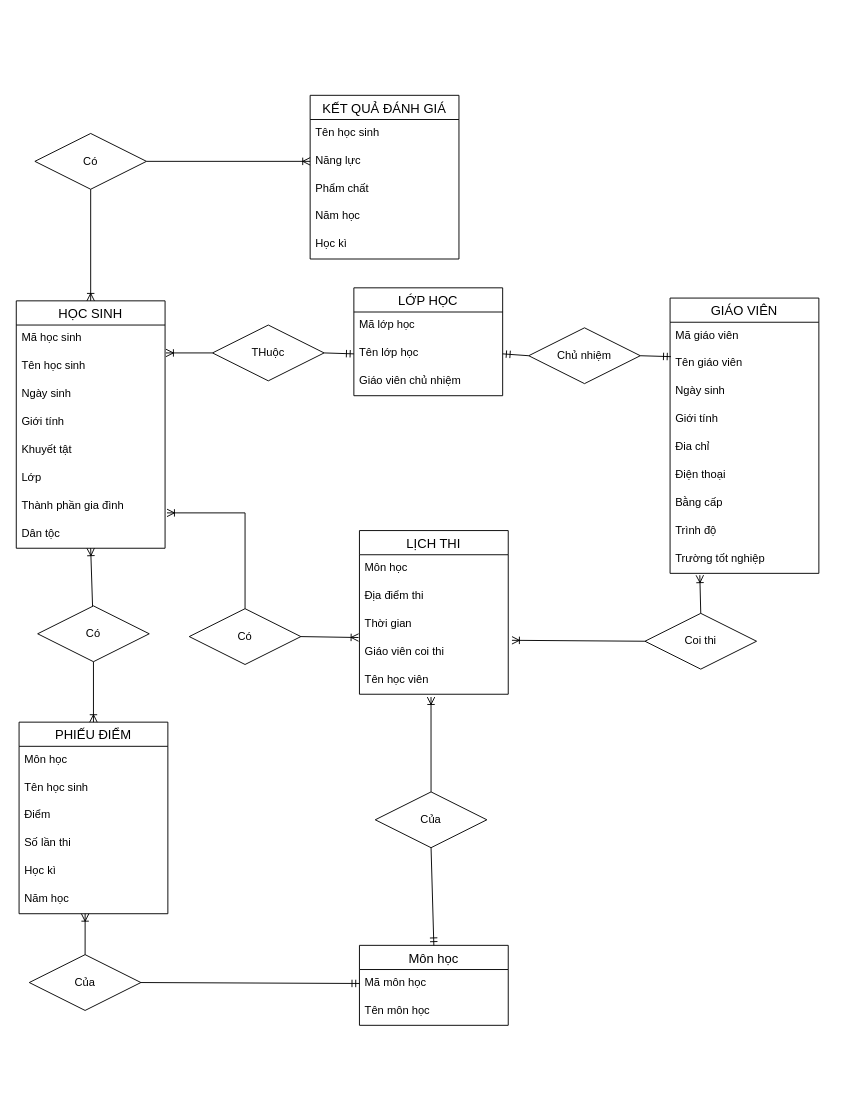
Before: 3.1.2.drawio in TLGKien/graph, a draw.io diagram. Source tidied: cells renumbered, new cells numbered last; positions are measured from the earlier drawing's top-left corner, leaving out a move shared by most shapes. Both pictures are drawn from the tidied source at 93%, with x=0, y=0 at pixel (16, 95).
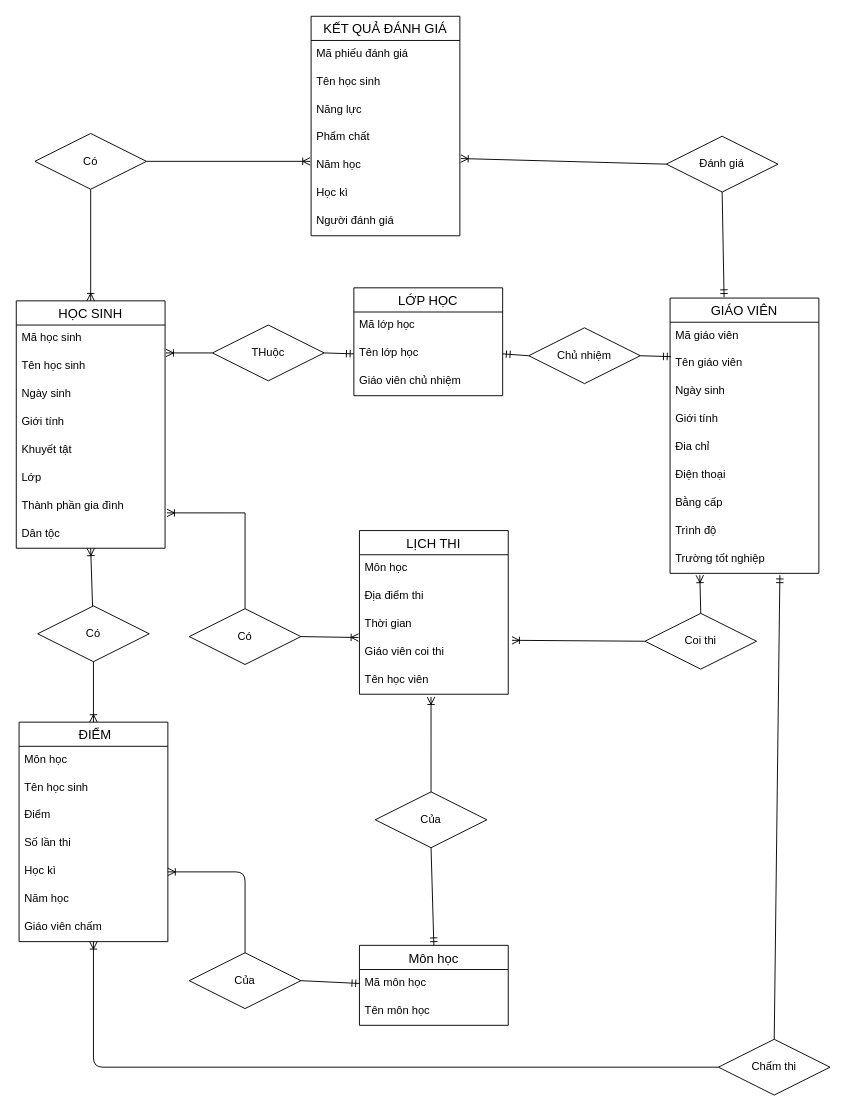
After the change.

The change refers to these unchanged cells:
```xml
<mxCell id="11" value="GIÁO VIÊN" style="swimlane;fontStyle=0;horizontal=1;startSize=26;align=center;fontSize=14;" parent="1" vertex="1">
  <mxGeometry x="703" y="218" width="160" height="296" as="geometry" />
</mxCell>
<mxCell id="20" value="Trường tốt nghiệp" style="text;strokeColor=none;fillColor=none;spacingLeft=4;spacingRight=4;overflow=hidden;points=[[0,0.5],[1,0.5]];portConstraint=eastwest;fontSize=12;" parent="11" vertex="1">
  <mxGeometry y="266" width="160" height="30" as="geometry" />
</mxCell>
<mxCell id="39" value="Học kì" style="text;strokeColor=none;fillColor=none;spacingLeft=4;spacingRight=4;overflow=hidden;points=[[0,0.5],[1,0.5]];portConstraint=eastwest;fontSize=12;" parent="34" vertex="1">
  <mxGeometry y="146" width="160" height="30" as="geometry" />
</mxCell>
<mxCell id="40" value="Năm học" style="text;strokeColor=none;fillColor=none;spacingLeft=4;spacingRight=4;overflow=hidden;points=[[0,0.5],[1,0.5]];portConstraint=eastwest;fontSize=12;" parent="34" vertex="1">
  <mxGeometry y="176" width="160" height="30" as="geometry" />
</mxCell>
<mxCell id="41" value="Có" style="shape=rhombus;perimeter=rhombusPerimeter;whiteSpace=wrap;html=1;align=center;" parent="1" vertex="1">
  <mxGeometry x="20" y="41" width="120" height="60" as="geometry" />
</mxCell>
```

Change to the diagram source:
```diff
@@
-    <mxCell id="28" value="KẾT QUẢ ĐÁNH GIÁ" style="swimlane;fontStyle=0;horizontal=1;startSize=26;align=center;fontSize=14;" parent="1" vertex="1">
-      <mxGeometry x="316" width="160" height="176" as="geometry" />
-    </mxCell>
-    <mxCell id="29" value="Tên học sinh" style="text;strokeColor=none;fillColor=none;spacingLeft=4;spacingRight=4;overflow=hidden;fontSize=12;" parent="28" vertex="1">
-      <mxGeometry y="26" width="160" height="30" as="geometry" />
-    </mxCell>
-    <mxCell id="30" value="Năng lực" style="text;strokeColor=none;fillColor=none;spacingLeft=4;spacingRight=4;overflow=hidden;points=[[0,0.5],[1,0.5]];portConstraint=eastwest;fontSize=12;" parent="28" vertex="1">
-      <mxGeometry y="56" width="160" height="30" as="geometry" />
-    </mxCell>
-    <mxCell id="31" value="Phẩm chất" style="text;strokeColor=none;fillColor=none;spacingLeft=4;spacingRight=4;overflow=hidden;fontSize=12;" parent="28" vertex="1">
-      <mxGeometry y="86" width="160" height="30" as="geometry" />
-    </mxCell>
-    <mxCell id="32" value="Năm học" style="text;strokeColor=none;fillColor=none;spacingLeft=4;spacingRight=4;overflow=hidden;points=[[0,0.5],[1,0.5]];portConstraint=eastwest;fontSize=12;" parent="28" vertex="1">
-      <mxGeometry y="116" width="160" height="30" as="geometry" />
-    </mxCell>
-    <mxCell id="33" value="Học kì" style="text;strokeColor=none;fillColor=none;spacingLeft=4;spacingRight=4;overflow=hidden;fontSize=12;" parent="28" vertex="1">
-      <mxGeometry y="146" width="160" height="30" as="geometry" />
-    </mxCell>
-    <mxCell id="34" value="PHIẾU ĐIỂM" style="swimlane;fontStyle=0;horizontal=1;startSize=26;align=center;fontSize=14;" parent="1" vertex="1">
-      <mxGeometry x="3" y="674" width="160" height="206" as="geometry" />
+    <mxCell id="34" value=" ĐIỂM" style="swimlane;fontStyle=0;horizontal=1;startSize=26;align=center;fontSize=14;" parent="1" vertex="1">
+      <mxGeometry x="3" y="674" width="160" height="236" as="geometry" />
     </mxCell>
@@
+    <mxCell id="71" value="Giáo viên chấm" style="text;strokeColor=none;fillColor=none;spacingLeft=4;spacingRight=4;overflow=hidden;fontSize=12;" parent="34" vertex="1">
+      <mxGeometry y="206" width="160" height="30" as="geometry" />
+    </mxCell>
@@
-    <mxCell id="42" style="fontSize=12;html=1;endArrow=ERoneToMany;entryX=0;entryY=0.5;entryDx=0;entryDy=0;exitX=1;exitY=0.5;exitDx=0;exitDy=0;" parent="1" edge="1" source="41" target="30">
-      <mxGeometry relative="1" as="geometry" />
+    <mxCell id="42" style="fontSize=12;html=1;endArrow=ERoneToMany;entryX=0;entryY=0.5;entryDx=0;entryDy=0;exitX=1;exitY=0.5;exitDx=0;exitDy=0;" parent="1" edge="1" source="41">
+      <mxGeometry relative="1" as="geometry">
+        <mxPoint x="316" y="71" as="targetPoint" />
+      </mxGeometry>
     </mxCell>
@@
     <mxCell id="51" value="Của" style="shape=rhombus;perimeter=rhombusPerimeter;whiteSpace=wrap;html=1;align=center;" parent="1" vertex="1">
-      <mxGeometry x="14" y="924" width="120" height="60" as="geometry" />
+      <mxGeometry x="186" y="922" width="120" height="60" as="geometry" />
     </mxCell>
-    <mxCell id="52" style="fontSize=12;html=1;endArrow=ERoneToMany;entryX=0.444;entryY=1;entryDx=0;entryDy=0;exitX=0.5;exitY=0;exitDx=0;exitDy=0;entryPerimeter=0;" parent="1" edge="1" source="51" target="40">
-      <mxGeometry relative="1" as="geometry" />
+    <mxCell id="52" style="fontSize=12;html=1;endArrow=ERoneToMany;entryX=1;entryY=0.5;entryDx=0;entryDy=0;exitX=0.5;exitY=0;exitDx=0;exitDy=0;" parent="1" edge="1" source="51" target="39">
+      <mxGeometry relative="1" as="geometry">
+        <Array as="points">
+          <mxPoint x="246" y="835" />
+        </Array>
+      </mxGeometry>
     </mxCell>
@@
+    <mxCell id="28" value="KẾT QUẢ ĐÁNH GIÁ" style="swimlane;fontStyle=0;horizontal=1;startSize=26;align=center;fontSize=14;" parent="1" vertex="1">
+      <mxGeometry x="317" y="-85" width="160" height="236" as="geometry" />
+    </mxCell>
+    <mxCell id="72" value="Mã phiếu đánh giá" style="text;strokeColor=none;fillColor=none;spacingLeft=4;spacingRight=4;overflow=hidden;fontSize=12;" parent="28" vertex="1">
+      <mxGeometry y="26" width="160" height="30" as="geometry" />
+    </mxCell>
+    <mxCell id="29" value="Tên học sinh" style="text;strokeColor=none;fillColor=none;spacingLeft=4;spacingRight=4;overflow=hidden;fontSize=12;" parent="28" vertex="1">
+      <mxGeometry y="56" width="160" height="30" as="geometry" />
+    </mxCell>
+    <mxCell id="30" value="Năng lực" style="text;strokeColor=none;fillColor=none;spacingLeft=4;spacingRight=4;overflow=hidden;points=[[0,0.5],[1,0.5]];portConstraint=eastwest;fontSize=12;" parent="28" vertex="1">
+      <mxGeometry y="86" width="160" height="30" as="geometry" />
+    </mxCell>
+    <mxCell id="31" value="Phẩm chất" style="text;strokeColor=none;fillColor=none;spacingLeft=4;spacingRight=4;overflow=hidden;fontSize=12;" parent="28" vertex="1">
+      <mxGeometry y="116" width="160" height="30" as="geometry" />
+    </mxCell>
+    <mxCell id="32" value="Năm học" style="text;strokeColor=none;fillColor=none;spacingLeft=4;spacingRight=4;overflow=hidden;points=[[0,0.5],[1,0.5]];portConstraint=eastwest;fontSize=12;" parent="28" vertex="1">
+      <mxGeometry y="146" width="160" height="30" as="geometry" />
+    </mxCell>
+    <mxCell id="33" value="Học kì" style="text;strokeColor=none;fillColor=none;spacingLeft=4;spacingRight=4;overflow=hidden;fontSize=12;" parent="28" vertex="1">
+      <mxGeometry y="176" width="160" height="30" as="geometry" />
+    </mxCell>
+    <mxCell id="73" value="Người đánh giá" style="text;strokeColor=none;fillColor=none;spacingLeft=4;spacingRight=4;overflow=hidden;fontSize=12;" parent="28" vertex="1">
+      <mxGeometry y="206" width="160" height="30" as="geometry" />
+    </mxCell>
+    <mxCell id="74" value="Đánh giá" style="shape=rhombus;perimeter=rhombusPerimeter;whiteSpace=wrap;html=1;align=center;" parent="1" vertex="1">
+      <mxGeometry x="699" y="44" width="120" height="60" as="geometry" />
+    </mxCell>
+    <mxCell id="75" style="fontSize=12;html=1;endArrow=ERmandOne;exitX=0.5;exitY=1;exitDx=0;exitDy=0;rounded=0;entryX=0.363;entryY=-0.003;entryDx=0;entryDy=0;entryPerimeter=0;" parent="1" edge="1" source="74" target="11">
+      <mxGeometry relative="1" as="geometry" />
+    </mxCell>
+    <mxCell id="76" style="fontSize=12;html=1;endArrow=ERoneToMany;entryX=1.006;entryY=0.233;entryDx=0;entryDy=0;exitX=0;exitY=0.5;exitDx=0;exitDy=0;entryPerimeter=0;" parent="1" edge="1" source="74" target="32">
+      <mxGeometry relative="1" as="geometry" />
+    </mxCell>
+    <mxCell id="77" value="Chấm thi" style="shape=rhombus;perimeter=rhombusPerimeter;whiteSpace=wrap;html=1;align=center;" parent="1" vertex="1">
+      <mxGeometry x="755" y="1015" width="120" height="60" as="geometry" />
+    </mxCell>
+    <mxCell id="78" style="fontSize=12;html=1;endArrow=ERmandOne;entryX=0.738;entryY=1.067;entryDx=0;entryDy=0;exitX=0.5;exitY=0;exitDx=0;exitDy=0;rounded=0;entryPerimeter=0;" parent="1" edge="1" source="77" target="20">
+      <mxGeometry relative="1" as="geometry" />
+    </mxCell>
+    <mxCell id="79" style="fontSize=12;html=1;endArrow=ERoneToMany;entryX=0.5;entryY=1;entryDx=0;entryDy=0;exitX=0;exitY=0.5;exitDx=0;exitDy=0;" parent="1" edge="1" source="77" target="34">
+      <mxGeometry relative="1" as="geometry">
+        <Array as="points">
+          <mxPoint x="83" y="1045" />
+        </Array>
+      </mxGeometry>
+    </mxCell>
```
